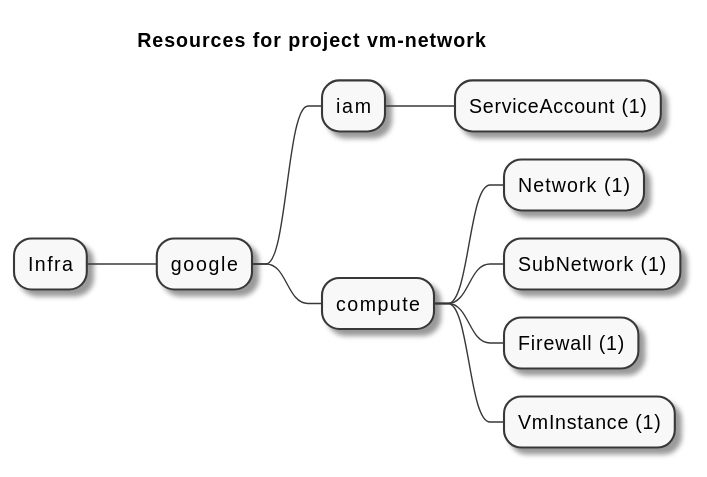
Before: artifacts/resources-mindmap.svg, a diagram exported from PlantUML (FredericHeem/grucloud-gcp-demo). The source it was exported from:
```plantuml
@startmindmap
title Resources for project vm-network
skinparam monochrome true
+ Infra
++ google
+++ iam
++++ ServiceAccount (1)
+++ compute
++++ Network (1)
++++ SubNetwork (1)
++++ Firewall (1)
++++ VmInstance (1)
@endmindmap
```
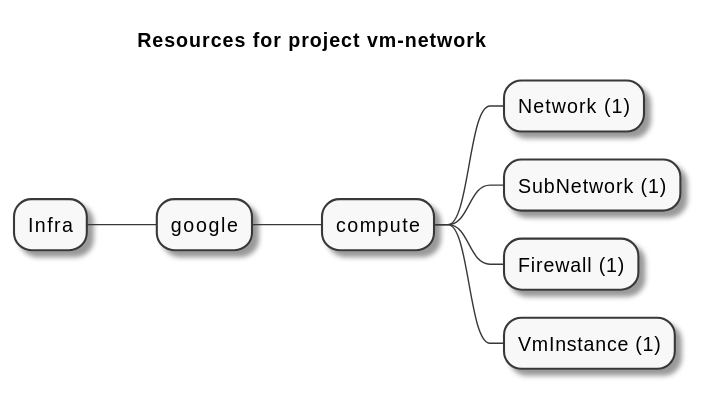
Later version of the same file.

Diff of the diagram source:
```diff
@@ -3,8 +3,6 @@
 skinparam monochrome true
 + Infra
 ++ google
-+++ iam
-++++ ServiceAccount (1)
 +++ compute
 ++++ Network (1)
 ++++ SubNetwork (1)
```
